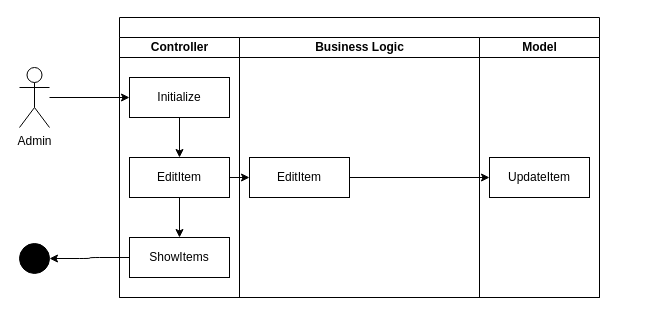
The draw.io diagram diagrams/ASD/EditItem.drawio in JochemGrootherder/educom-webshop-runtime-records, before the edit. Source tidied: cells renumbered, new cells numbered last; positions are measured from the earlier drawing's top-left corner, leaving out a move shared by most shapes. Both pictures are drawn from the tidied source at 100%, with x=0, y=0 at pixel (19, 17).
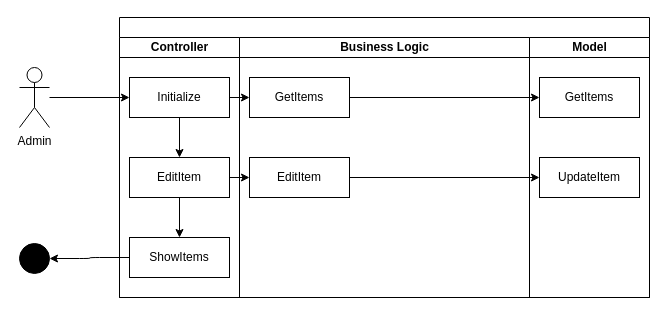
The same page after the edit.

Unchanged cells that the change refers to:
```xml
<mxCell id="5" value="Initialize" style="rounded=0;whiteSpace=wrap;html=1;" parent="3" vertex="1">
  <mxGeometry x="10" y="40" width="100" height="40" as="geometry" />
</mxCell>
```

What changed in the source:
```diff
@@
     <mxCell id="2" style="swimlane;startSize=20;html=1;" parent="1" vertex="1">
-      <mxGeometry x="100" width="480" height="280" as="geometry" />
+      <mxGeometry x="100" width="530" height="280" as="geometry" />
     </mxCell>
@@
     <mxCell id="9" value="Business Logic" style="swimlane;startSize=20;html=1;" parent="2" vertex="1">
-      <mxGeometry x="120" y="20" width="240" height="260" as="geometry" />
+      <mxGeometry x="120" y="20" width="290" height="260" as="geometry" />
     </mxCell>
@@
+    <mxCell id="19" value="GetItems" style="rounded=0;whiteSpace=wrap;html=1;" parent="9" vertex="1">
+      <mxGeometry x="10" y="40" width="100" height="40" as="geometry" />
+    </mxCell>
     <mxCell id="11" value="Model" style="swimlane;startSize=20;html=1;" parent="2" vertex="1">
-      <mxGeometry x="360" y="20" width="120" height="260" as="geometry" />
+      <mxGeometry x="410" y="20" width="120" height="260" as="geometry" />
     </mxCell>
@@
+    <mxCell id="20" value="GetItems" style="rounded=0;whiteSpace=wrap;html=1;" parent="11" vertex="1">
+      <mxGeometry x="10" y="40" width="100" height="40" as="geometry" />
+    </mxCell>
@@
+    <mxCell id="21" style="edgeStyle=none;html=1;" parent="2" edge="1" source="5" target="19">
+      <mxGeometry relative="1" as="geometry" />
+    </mxCell>
+    <mxCell id="22" style="edgeStyle=none;html=1;" parent="2" edge="1" source="19" target="20">
+      <mxGeometry relative="1" as="geometry" />
+    </mxCell>
```
